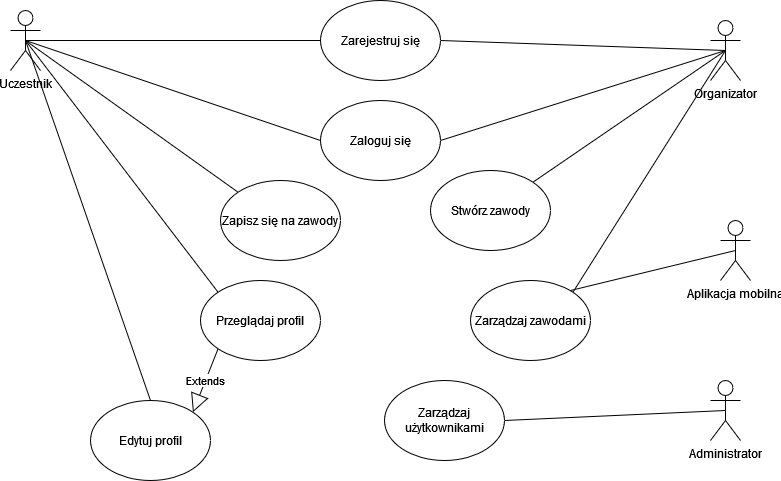
Above: Dokumentacja/DPU.png in SzWielgosz/ShootingCompetitionSystem (draw.io), before the change. Source tidied: cells renumbered, new cells last; positions are measured from the earlier drawing's top-left corner, leaving out a move shared by most shapes. The source it was exported from:
```xml
<mxGraphModel>
  <root>
    <mxCell id="0" />
    <mxCell id="1" parent="0" />
    <mxCell id="2" style="edgeStyle=none;rounded=0;jettySize=auto;html=1;exitX=0.5;exitY=0.5;exitDx=0;exitDy=0;exitPerimeter=0;entryX=1;entryY=0.5;entryDx=0;entryDy=0;endArrow=none;endFill=0;" parent="1" edge="1" source="6" target="13">
      <mxGeometry relative="1" as="geometry" />
    </mxCell>
    <mxCell id="3" style="edgeStyle=none;rounded=0;jettySize=auto;html=1;exitX=0.5;exitY=0.5;exitDx=0;exitDy=0;exitPerimeter=0;entryX=1;entryY=0;entryDx=0;entryDy=0;endArrow=none;endFill=0;" parent="1" edge="1" source="6" target="14">
      <mxGeometry relative="1" as="geometry" />
    </mxCell>
    <mxCell id="4" style="edgeStyle=none;rounded=0;jettySize=auto;html=1;exitX=0.5;exitY=0.5;exitDx=0;exitDy=0;exitPerimeter=0;entryX=1;entryY=0;entryDx=0;entryDy=0;endArrow=none;endFill=0;" parent="1" edge="1" source="6" target="22">
      <mxGeometry relative="1" as="geometry" />
    </mxCell>
    <mxCell id="5" style="edgeStyle=none;rounded=0;jettySize=auto;html=1;exitX=0.5;exitY=0.5;exitDx=0;exitDy=0;exitPerimeter=0;entryX=1;entryY=0.5;entryDx=0;entryDy=0;endArrow=none;endFill=0;" parent="1" edge="1" source="6" target="15">
      <mxGeometry relative="1" as="geometry" />
    </mxCell>
    <mxCell id="6" value="Organizator" style="shape=umlActor;verticalLabelPosition=bottom;verticalAlign=top;html=1;outlineConnect=0;" parent="1" vertex="1">
      <mxGeometry x="700" y="20" width="30" height="60" as="geometry" />
    </mxCell>
    <mxCell id="7" style="rounded=0;jettySize=auto;html=1;exitX=0.5;exitY=0.5;exitDx=0;exitDy=0;exitPerimeter=0;entryX=0;entryY=0.5;entryDx=0;entryDy=0;endArrow=none;endFill=0;" parent="1" edge="1" source="12" target="13">
      <mxGeometry relative="1" as="geometry" />
    </mxCell>
    <mxCell id="8" style="edgeStyle=none;rounded=0;jettySize=auto;html=1;exitX=0.5;exitY=0.5;exitDx=0;exitDy=0;exitPerimeter=0;entryX=0;entryY=0;entryDx=0;entryDy=0;endArrow=none;endFill=0;" parent="1" edge="1" source="12" target="16">
      <mxGeometry relative="1" as="geometry" />
    </mxCell>
    <mxCell id="9" style="edgeStyle=none;rounded=0;jettySize=auto;html=1;exitX=0.5;exitY=0.5;exitDx=0;exitDy=0;exitPerimeter=0;entryX=0;entryY=0;entryDx=0;entryDy=0;endArrow=none;endFill=0;" parent="1" edge="1" source="12" target="17">
      <mxGeometry relative="1" as="geometry" />
    </mxCell>
    <mxCell id="10" style="edgeStyle=none;rounded=0;jettySize=auto;html=1;exitX=0.5;exitY=0.5;exitDx=0;exitDy=0;exitPerimeter=0;entryX=0.5;entryY=0;entryDx=0;entryDy=0;endArrow=none;endFill=0;" parent="1" edge="1" source="12" target="18">
      <mxGeometry relative="1" as="geometry" />
    </mxCell>
    <mxCell id="11" style="edgeStyle=none;rounded=0;jettySize=auto;html=1;exitX=0.5;exitY=0.5;exitDx=0;exitDy=0;exitPerimeter=0;entryX=0;entryY=0.5;entryDx=0;entryDy=0;endArrow=none;endFill=0;" parent="1" edge="1" source="12" target="15">
      <mxGeometry relative="1" as="geometry" />
    </mxCell>
    <mxCell id="12" value="Uczestnik" style="shape=umlActor;verticalLabelPosition=bottom;verticalAlign=top;html=1;outlineConnect=0;" parent="1" vertex="1">
      <mxGeometry y="10" width="30" height="60" as="geometry" />
    </mxCell>
    <mxCell id="13" value="Zarejestruj się" style="ellipse;whiteSpace=wrap;html=1;" parent="1" vertex="1">
      <mxGeometry x="310" width="120" height="80" as="geometry" />
    </mxCell>
    <mxCell id="14" value="Stwórz zawody" style="ellipse;whiteSpace=wrap;html=1;" parent="1" vertex="1">
      <mxGeometry x="420" y="170" width="120" height="80" as="geometry" />
    </mxCell>
    <mxCell id="15" value="Zaloguj się" style="ellipse;whiteSpace=wrap;html=1;" parent="1" vertex="1">
      <mxGeometry x="310" y="100" width="120" height="80" as="geometry" />
    </mxCell>
    <mxCell id="16" value="Zapisz się na zawody" style="ellipse;whiteSpace=wrap;html=1;" parent="1" vertex="1">
      <mxGeometry x="210" y="180" width="120" height="80" as="geometry" />
    </mxCell>
    <mxCell id="17" value="Przeglądaj profil" style="ellipse;whiteSpace=wrap;html=1;" parent="1" vertex="1">
      <mxGeometry x="190" y="280" width="120" height="80" as="geometry" />
    </mxCell>
    <mxCell id="18" value="Edytuj profil" style="ellipse;whiteSpace=wrap;html=1;" parent="1" vertex="1">
      <mxGeometry x="80" y="400" width="120" height="80" as="geometry" />
    </mxCell>
    <mxCell id="19" value="Extends" style="endArrow=block;endSize=16;endFill=0;html=1;rounded=0;exitX=0;exitY=1;exitDx=0;exitDy=0;entryX=1;entryY=0;entryDx=0;entryDy=0;" parent="1" edge="1" source="17" target="18">
      <mxGeometry relative="1" as="geometry" />
    </mxCell>
    <mxCell id="20" style="edgeStyle=none;rounded=0;jettySize=auto;html=1;exitX=0.5;exitY=0.5;exitDx=0;exitDy=0;exitPerimeter=0;endArrow=none;endFill=0;" parent="1" edge="1" source="21">
      <mxGeometry relative="1" as="geometry">
        <mxPoint x="560" y="290" as="targetPoint" />
      </mxGeometry>
    </mxCell>
    <mxCell id="21" value="Aplikacja mobilna" style="shape=umlActor;verticalLabelPosition=bottom;verticalAlign=top;html=1;" parent="1" vertex="1">
      <mxGeometry x="710" y="220" width="30" height="60" as="geometry" />
    </mxCell>
    <mxCell id="22" value="Zarządzaj zawodami" style="ellipse;whiteSpace=wrap;html=1;" parent="1" vertex="1">
      <mxGeometry x="460" y="280" width="120" height="80" as="geometry" />
    </mxCell>
    <mxCell id="23" style="edgeStyle=none;rounded=0;jettySize=auto;html=1;exitX=0.5;exitY=0.5;exitDx=0;exitDy=0;exitPerimeter=0;entryX=1;entryY=0.5;entryDx=0;entryDy=0;endArrow=none;endFill=0;" parent="1" edge="1" source="24" target="25">
      <mxGeometry relative="1" as="geometry" />
    </mxCell>
    <mxCell id="24" value="Administrator " style="shape=umlActor;verticalLabelPosition=bottom;verticalAlign=top;html=1;" parent="1" vertex="1">
      <mxGeometry x="700" y="380" width="30" height="60" as="geometry" />
    </mxCell>
    <mxCell id="25" value="Zarządzaj użytkownikami" style="ellipse;whiteSpace=wrap;html=1;" parent="1" vertex="1">
      <mxGeometry x="374" y="380" width="120" height="80" as="geometry" />
    </mxCell>
  </root>
</mxGraphModel>
```
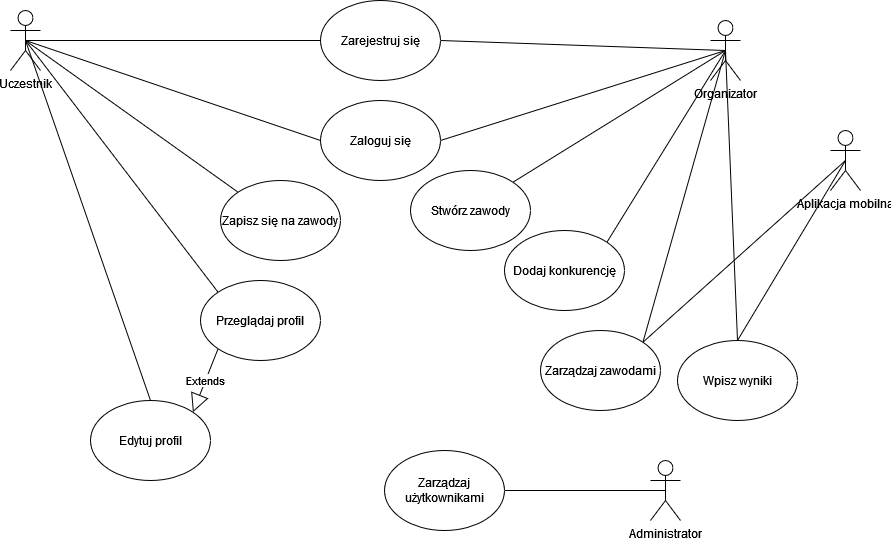
Later version of the same file.

Diff of the diagram source:
```diff
@@ -14,6 +14,12 @@
     <mxCell id="5" style="edgeStyle=none;rounded=0;jettySize=auto;html=1;exitX=0.5;exitY=0.5;exitDx=0;exitDy=0;exitPerimeter=0;entryX=1;entryY=0.5;entryDx=0;entryDy=0;endArrow=none;endFill=0;" parent="1" edge="1" source="6" target="15">
       <mxGeometry relative="1" as="geometry" />
     </mxCell>
+    <mxCell id="26" style="rounded=0;jettySize=auto;html=1;exitX=0.5;exitY=0.5;exitDx=0;exitDy=0;exitPerimeter=0;entryX=0.5;entryY=0;entryDx=0;entryDy=0;endArrow=none;endFill=0;" parent="1" edge="1" source="6" target="30">
+      <mxGeometry relative="1" as="geometry" />
+    </mxCell>
+    <mxCell id="27" style="rounded=0;jettySize=auto;html=1;exitX=0.5;exitY=0.5;exitDx=0;exitDy=0;exitPerimeter=0;entryX=1;entryY=0;entryDx=0;entryDy=0;endArrow=none;endFill=0;" parent="1" edge="1" source="6" target="29">
+      <mxGeometry relative="1" as="geometry" />
+    </mxCell>
     <mxCell id="6" value="Organizator" style="shape=umlActor;verticalLabelPosition=bottom;verticalAlign=top;html=1;outlineConnect=0;" parent="1" vertex="1">
       <mxGeometry x="700" y="20" width="30" height="60" as="geometry" />
     </mxCell>
@@ -39,7 +45,7 @@
       <mxGeometry x="310" width="120" height="80" as="geometry" />
     </mxCell>
     <mxCell id="14" value="Stwórz zawody" style="ellipse;whiteSpace=wrap;html=1;" parent="1" vertex="1">
-      <mxGeometry x="420" y="170" width="120" height="80" as="geometry" />
+      <mxGeometry x="400" y="170" width="120" height="80" as="geometry" />
     </mxCell>
     <mxCell id="15" value="Zaloguj się" style="ellipse;whiteSpace=wrap;html=1;" parent="1" vertex="1">
       <mxGeometry x="310" y="100" width="120" height="80" as="geometry" />
@@ -56,25 +62,32 @@
     <mxCell id="19" value="Extends" style="endArrow=block;endSize=16;endFill=0;html=1;rounded=0;exitX=0;exitY=1;exitDx=0;exitDy=0;entryX=1;entryY=0;entryDx=0;entryDy=0;" parent="1" edge="1" source="17" target="18">
       <mxGeometry relative="1" as="geometry" />
     </mxCell>
-    <mxCell id="20" style="edgeStyle=none;rounded=0;jettySize=auto;html=1;exitX=0.5;exitY=0.5;exitDx=0;exitDy=0;exitPerimeter=0;endArrow=none;endFill=0;" parent="1" edge="1" source="21">
-      <mxGeometry relative="1" as="geometry">
-        <mxPoint x="560" y="290" as="targetPoint" />
-      </mxGeometry>
+    <mxCell id="20" style="edgeStyle=none;rounded=0;jettySize=auto;html=1;exitX=0.5;exitY=0.5;exitDx=0;exitDy=0;exitPerimeter=0;endArrow=none;endFill=0;entryX=1;entryY=0;entryDx=0;entryDy=0;" parent="1" edge="1" source="21" target="22">
+      <mxGeometry relative="1" as="geometry" />
     </mxCell>
+    <mxCell id="28" style="rounded=0;jettySize=auto;html=1;exitX=0.5;exitY=0.5;exitDx=0;exitDy=0;exitPerimeter=0;entryX=0.5;entryY=0;entryDx=0;entryDy=0;endArrow=none;endFill=0;" parent="1" edge="1" source="21" target="30">
+      <mxGeometry relative="1" as="geometry" />
+    </mxCell>
     <mxCell id="21" value="Aplikacja mobilna" style="shape=umlActor;verticalLabelPosition=bottom;verticalAlign=top;html=1;" parent="1" vertex="1">
-      <mxGeometry x="710" y="220" width="30" height="60" as="geometry" />
+      <mxGeometry x="820" y="130" width="30" height="60" as="geometry" />
     </mxCell>
     <mxCell id="22" value="Zarządzaj zawodami" style="ellipse;whiteSpace=wrap;html=1;" parent="1" vertex="1">
-      <mxGeometry x="460" y="280" width="120" height="80" as="geometry" />
+      <mxGeometry x="530" y="330" width="120" height="80" as="geometry" />
     </mxCell>
     <mxCell id="23" style="edgeStyle=none;rounded=0;jettySize=auto;html=1;exitX=0.5;exitY=0.5;exitDx=0;exitDy=0;exitPerimeter=0;entryX=1;entryY=0.5;entryDx=0;entryDy=0;endArrow=none;endFill=0;" parent="1" edge="1" source="24" target="25">
       <mxGeometry relative="1" as="geometry" />
     </mxCell>
     <mxCell id="24" value="Administrator " style="shape=umlActor;verticalLabelPosition=bottom;verticalAlign=top;html=1;" parent="1" vertex="1">
-      <mxGeometry x="700" y="380" width="30" height="60" as="geometry" />
+      <mxGeometry x="640" y="460" width="30" height="60" as="geometry" />
     </mxCell>
     <mxCell id="25" value="Zarządzaj użytkownikami" style="ellipse;whiteSpace=wrap;html=1;" parent="1" vertex="1">
-      <mxGeometry x="374" y="380" width="120" height="80" as="geometry" />
+      <mxGeometry x="374" y="450" width="120" height="80" as="geometry" />
     </mxCell>
+    <mxCell id="29" value="Dodaj konkurencję" style="ellipse;whiteSpace=wrap;html=1;" parent="1" vertex="1">
+      <mxGeometry x="494" y="230" width="120" height="80" as="geometry" />
+    </mxCell>
+    <mxCell id="30" value="Wpisz wyniki" style="ellipse;whiteSpace=wrap;html=1;" parent="1" vertex="1">
+      <mxGeometry x="667" y="340" width="120" height="80" as="geometry" />
+    </mxCell>
   </root>
 </mxGraphModel>
```
